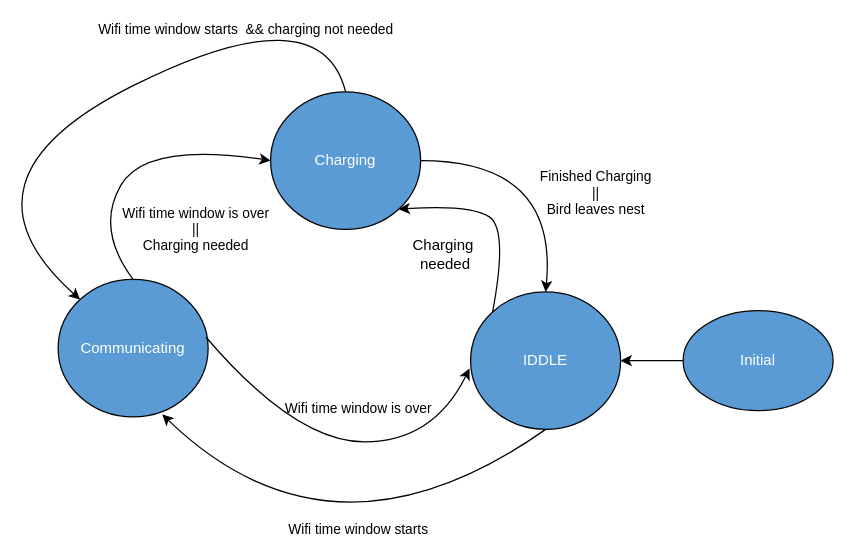
Above: Utils/Drawio/Diagrama_de_Estados.drawio in tlondero/Dise-o (draw.io), before the change. Source tidied: cells renumbered, new cells numbered last; positions are measured from the earlier drawing's top-left corner, leaving out a move shared by most shapes. Both pictures are drawn from the tidied source at 125%, with x=0, y=0 at pixel (-55, -9).
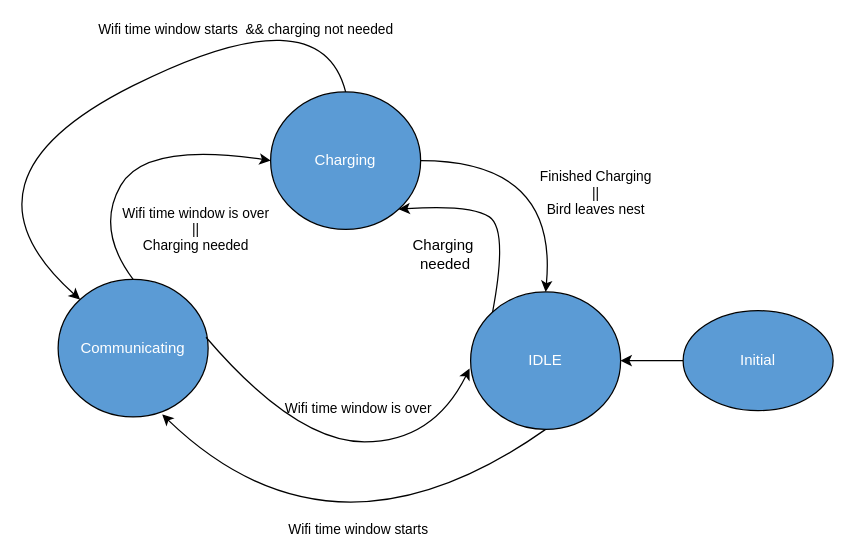
The same page after the edit.

Change to the diagram source:
```diff
@@
-    <mxCell id="3" value="IDDLE" style="ellipse;whiteSpace=wrap;html=1;fillColor=#5B9BD5;fontColor=#FFFFFF;" parent="1" vertex="1">
+    <mxCell id="3" value="IDLE" style="ellipse;whiteSpace=wrap;html=1;fillColor=#5B9BD5;fontColor=#FFFFFF;" parent="1" vertex="1">
       <mxGeometry x="420" y="240" width="120" height="110" as="geometry" />
     </mxCell>
```
